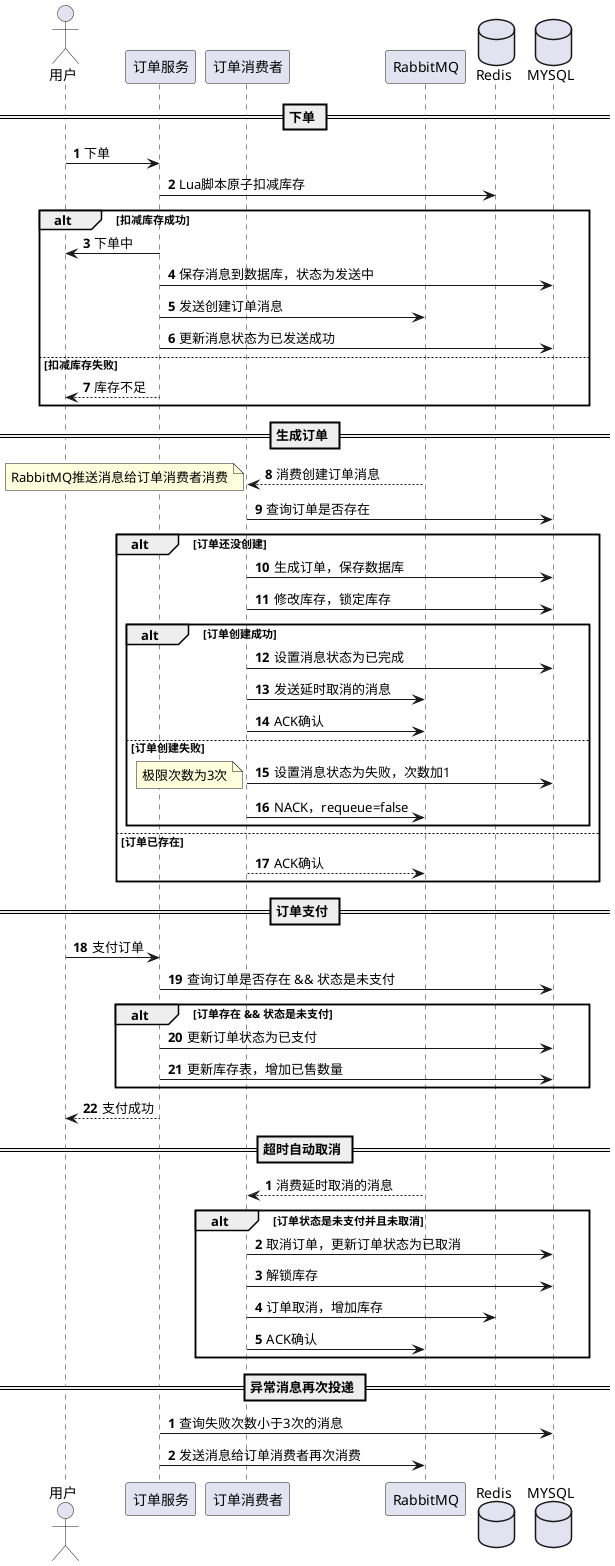
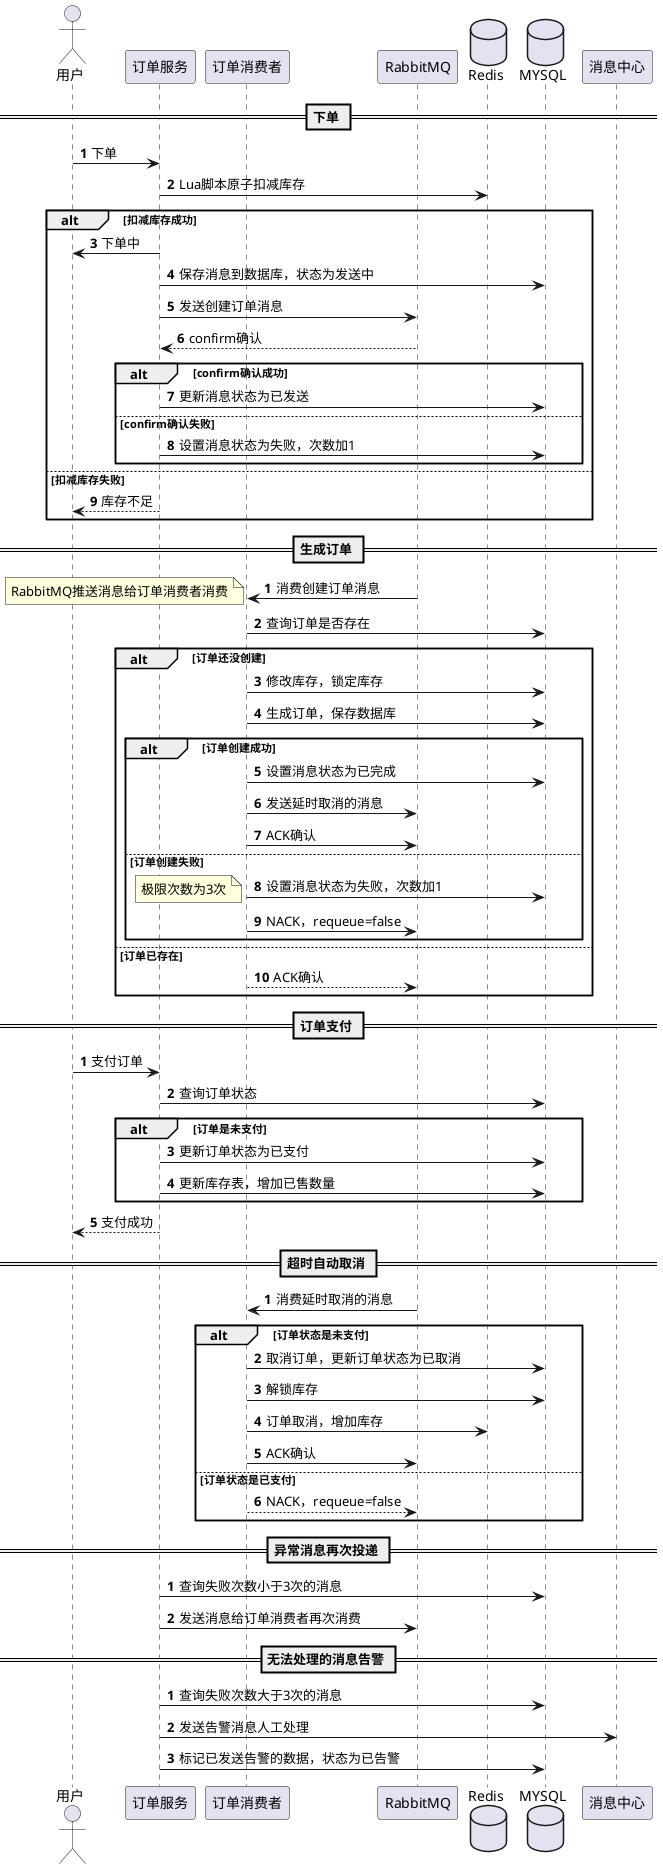
@startuml
'https://plantuml.com/sequence-diagram

actor       用户       as 用户
participant 订单服务 as 订单服务
participant 订单消费者 as 订单消费者
participant RabbitMQ as RabbitMQ
database    Redis    as redis
database    MYSQL    as MYSQL
- 
- autonumber
+ participant 消息中心 as 消息中心

== 下单 ==
+ autonumber

用户 -> 订单服务: 下单
订单服务 -> redis: Lua脚本原子扣减库存
alt 扣减库存成功
    订单服务 -> 用户: 下单中
    订单服务 -> MYSQL: 保存消息到数据库，状态为发送中
    订单服务 -> RabbitMQ: 发送创建订单消息
-     订单服务 -> MYSQL: 更新消息状态为已发送成功
+     订单服务 <-- RabbitMQ: confirm确认
+     alt confirm确认成功
+         订单服务 -> MYSQL: 更新消息状态为已发送
+     else confirm确认失败
+         订单服务 -> MYSQL: 设置消息状态为失败，次数加1
+     end
else 扣减库存失败
    订单服务 --> 用户: 库存不足
end

== 生成订单 ==
- 
- RabbitMQ --> 订单消费者: 消费创建订单消息
+ autonumber
+ RabbitMQ -> 订单消费者: 消费创建订单消息
note left: RabbitMQ推送消息给订单消费者消费
订单消费者 -> MYSQL: 查询订单是否存在
alt 订单还没创建
+     订单消费者 -> MYSQL: 修改库存，锁定库存
    订单消费者 -> MYSQL: 生成订单，保存数据库
-     订单消费者 -> MYSQL: 修改库存，锁定库存
    alt 订单创建成功
        订单消费者 -> MYSQL: 设置消息状态为已完成
        订单消费者 -> RabbitMQ: 发送延时取消的消息
        订单消费者 -> RabbitMQ: ACK确认
    else 订单创建失败
        订单消费者 -> MYSQL: 设置消息状态为失败，次数加1
        note left: 极限次数为3次
        订单消费者 -> RabbitMQ: NACK，requeue=false
    end
else 订单已存在
    订单消费者 --> RabbitMQ: ACK确认
end

== 订单支付 ==
- 
+ autonumber
用户 -> 订单服务: 支付订单

- 订单服务 -> MYSQL: 查询订单是否存在 && 状态是未支付
- alt 订单存在 && 状态是未支付
+ 订单服务 -> MYSQL: 查询订单状态
+ alt 订单是未支付
    订单服务 -> MYSQL: 更新订单状态为已支付
    订单服务 -> MYSQL: 更新库存表，增加已售数量
end
订单服务 --> 用户: 支付成功

+ 
+ == 超时自动取消 ==
autonumber
- == 超时自动取消 ==
- 
- RabbitMQ --> 订单消费者: 消费延时取消的消息
- alt 订单状态是未支付并且未取消
+ RabbitMQ -> 订单消费者: 消费延时取消的消息
+ alt 订单状态是未支付
    订单消费者 -> MYSQL: 取消订单，更新订单状态为已取消
    订单消费者 -> MYSQL: 解锁库存
    订单消费者 -> redis: 订单取消，增加库存
    订单消费者 -> RabbitMQ: ACK确认
+ else 订单状态是已支付
+     订单消费者 --> RabbitMQ: NACK，requeue=false
end

+ == 异常消息再次投递 ==
autonumber
- == 异常消息再次投递 ==
订单服务 -> MYSQL: 查询失败次数小于3次的消息
订单服务 -> RabbitMQ: 发送消息给订单消费者再次消费
+ 
+ == 无法处理的消息告警 ==
+ autonumber
+ 订单服务 -> MYSQL: 查询失败次数大于3次的消息
+ 订单服务 -> 消息中心: 发送告警消息人工处理
+ 订单服务 -> MYSQL: 标记已发送告警的数据，状态为已告警
+ 
@enduml